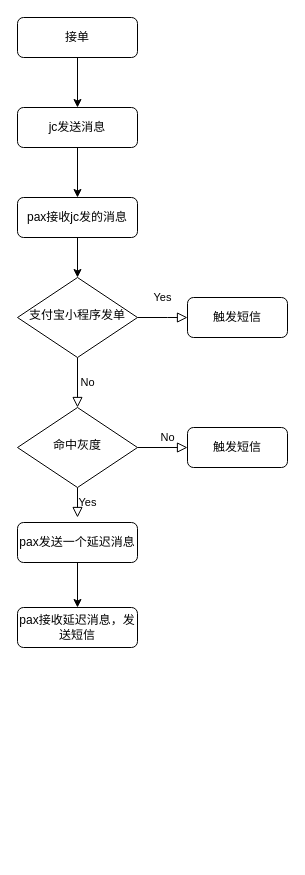
Sun-source-code/diagram keeps this draw.io diagram as Untitled Diagram.drawio. Above is the earlier version. Source tidied: cells renumbered, new cells numbered last; positions are measured from the earlier drawing's top-left corner, leaving out a move shared by most shapes. Both pictures are drawn from the tidied source at 100%, with x=0, y=0 at pixel (17, 17).
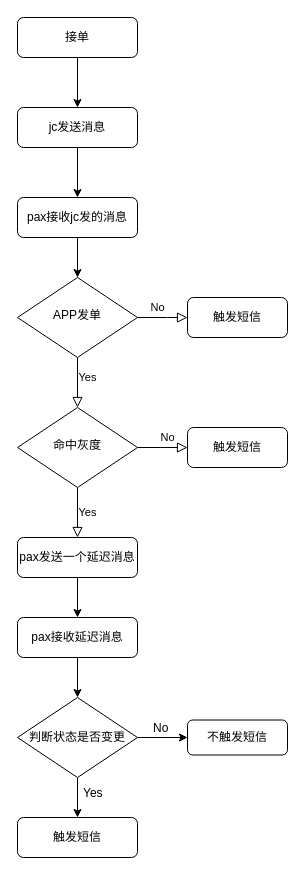
After the change.

Commit message:
0104.短信成本控制

Unchanged cells that the change refers to:
```xml
<mxCell id="7" value="触发短信" style="rounded=1;whiteSpace=wrap;html=1;fontSize=12;glass=0;strokeWidth=1;shadow=0;" parent="1" vertex="1">
  <mxGeometry x="170" y="280" width="100" height="40" as="geometry" />
</mxCell>
<mxCell id="10" value="命中灰度" style="rhombus;whiteSpace=wrap;html=1;shadow=0;fontFamily=Helvetica;fontSize=12;align=center;strokeWidth=1;spacing=6;spacingTop=-4;" parent="1" vertex="1">
  <mxGeometry y="390" width="120" height="80" as="geometry" />
</mxCell>
```

Change to the diagram source:
```diff
@@
     <mxCell id="4" value="Yes" style="rounded=0;html=1;jettySize=auto;fontSize=11;endArrow=block;endFill=0;endSize=8;strokeWidth=1;shadow=0;labelBackgroundColor=none;edgeStyle=orthogonalEdgeStyle;entryX=0;entryY=0.5;entryDx=0;entryDy=0;exitX=1;exitY=0.5;exitDx=0;exitDy=0;" parent="1" edge="1" source="6" target="7">
-      <mxGeometry y="20" relative="1" as="geometry">
+      <mxGeometry x="-1" y="-78" relative="1" as="geometry">
         <Array as="points">
           <mxPoint x="150" y="300" />
           <mxPoint x="150" y="300" />
         </Array>
+        <mxPoint x="-50" y="-18" as="offset" />
       </mxGeometry>
     </mxCell>
     <mxCell id="5" value="No" style="edgeStyle=orthogonalEdgeStyle;rounded=0;html=1;jettySize=auto;fontSize=11;endArrow=block;endFill=0;endSize=8;strokeWidth=1;shadow=0;labelBackgroundColor=none;entryX=0.5;entryY=0;entryDx=0;entryDy=0;" parent="1" edge="1" source="6" target="10">
-      <mxGeometry y="10" relative="1" as="geometry" />
+      <mxGeometry x="-1" y="94" relative="1" as="geometry">
+        <mxPoint x="-14" y="-50" as="offset" />
+      </mxGeometry>
     </mxCell>
-    <mxCell id="6" value="支付宝小程序发单" style="rhombus;whiteSpace=wrap;html=1;shadow=0;fontFamily=Helvetica;fontSize=12;align=center;strokeWidth=1;spacing=6;spacingTop=-4;" parent="1" vertex="1">
+    <mxCell id="6" value="APP发单" style="rhombus;whiteSpace=wrap;html=1;shadow=0;fontFamily=Helvetica;fontSize=12;align=center;strokeWidth=1;spacing=6;spacingTop=-4;" parent="1" vertex="1">
       <mxGeometry y="260" width="120" height="80" as="geometry" />
     </mxCell>
@@
-    <mxCell id="9" value="Yes" style="edgeStyle=orthogonalEdgeStyle;rounded=0;html=1;jettySize=auto;fontSize=11;endArrow=block;endFill=0;endSize=8;strokeWidth=1;shadow=0;labelBackgroundColor=none;" parent="1" edge="1" source="10">
-      <mxGeometry y="10" relative="1" as="geometry">
-        <mxPoint x="60" y="500" as="targetPoint" />
-      </mxGeometry>
+    <mxCell id="9" value="Yes" style="edgeStyle=orthogonalEdgeStyle;rounded=0;html=1;jettySize=auto;fontSize=11;endArrow=block;endFill=0;endSize=8;strokeWidth=1;shadow=0;labelBackgroundColor=none;entryX=0.5;entryY=0;entryDx=0;entryDy=0;" parent="1" edge="1" source="10" target="15">
+      <mxGeometry y="10" relative="1" as="geometry" />
     </mxCell>
@@
     <mxCell id="15" value="pax发送一个延迟消息" style="rounded=1;whiteSpace=wrap;html=1;" parent="1" vertex="1">
-      <mxGeometry y="505" width="120" height="40" as="geometry" />
+      <mxGeometry y="520" width="120" height="40" as="geometry" />
     </mxCell>
+    <mxCell id="19" style="edgeStyle=orthogonalEdgeStyle;rounded=0;jettySize=auto;html=1;exitX=0.5;exitY=1;exitDx=0;exitDy=0;entryX=0.5;entryY=0;entryDx=0;entryDy=0;" parent="1" edge="1" source="16" target="22">
+      <mxGeometry relative="1" as="geometry" />
+    </mxCell>
-    <mxCell id="16" value="pax接收延迟消息，发送短信" style="rounded=1;whiteSpace=wrap;html=1;" parent="1" vertex="1">
-      <mxGeometry y="590" width="120" height="40" as="geometry" />
+    <mxCell id="16" value="pax接收延迟消息" style="rounded=1;whiteSpace=wrap;html=1;" parent="1" vertex="1">
+      <mxGeometry y="600" width="120" height="40" as="geometry" />
     </mxCell>
@@
+    <mxCell id="20" style="edgeStyle=orthogonalEdgeStyle;rounded=0;jettySize=auto;html=1;exitX=1;exitY=0.5;exitDx=0;exitDy=0;entryX=0;entryY=0.5;entryDx=0;entryDy=0;" parent="1" edge="1" source="22" target="23">
+      <mxGeometry relative="1" as="geometry" />
+    </mxCell>
+    <mxCell id="21" style="edgeStyle=orthogonalEdgeStyle;rounded=0;jettySize=auto;html=1;exitX=0.5;exitY=1;exitDx=0;exitDy=0;entryX=0.5;entryY=0;entryDx=0;entryDy=0;" parent="1" edge="1" source="22" target="25">
+      <mxGeometry relative="1" as="geometry" />
+    </mxCell>
+    <mxCell id="22" value="判断状态是否变更" style="rhombus;whiteSpace=wrap;html=1;" parent="1" vertex="1">
+      <mxGeometry y="680" width="120" height="80" as="geometry" />
+    </mxCell>
+    <mxCell id="23" value="不触发短信" style="rounded=1;whiteSpace=wrap;html=1;" parent="1" vertex="1">
+      <mxGeometry x="170" y="702.5" width="100" height="35" as="geometry" />
+    </mxCell>
+    <mxCell id="24" value="No" style="text;strokeColor=none;fillColor=none;align=left;verticalAlign=middle;spacingLeft=4;spacingRight=4;overflow=hidden;" parent="1" vertex="1">
+      <mxGeometry x="130" y="695" width="80" height="30" as="geometry" />
+    </mxCell>
+    <mxCell id="25" value="触发短信" style="rounded=1;whiteSpace=wrap;html=1;" parent="1" vertex="1">
+      <mxGeometry y="800" width="120" height="40" as="geometry" />
+    </mxCell>
+    <mxCell id="26" value="Yes" style="text;strokeColor=none;fillColor=none;align=left;verticalAlign=middle;spacingLeft=4;spacingRight=4;overflow=hidden;" parent="1" vertex="1">
+      <mxGeometry x="60" y="760" width="80" height="30" as="geometry" />
+    </mxCell>
```
